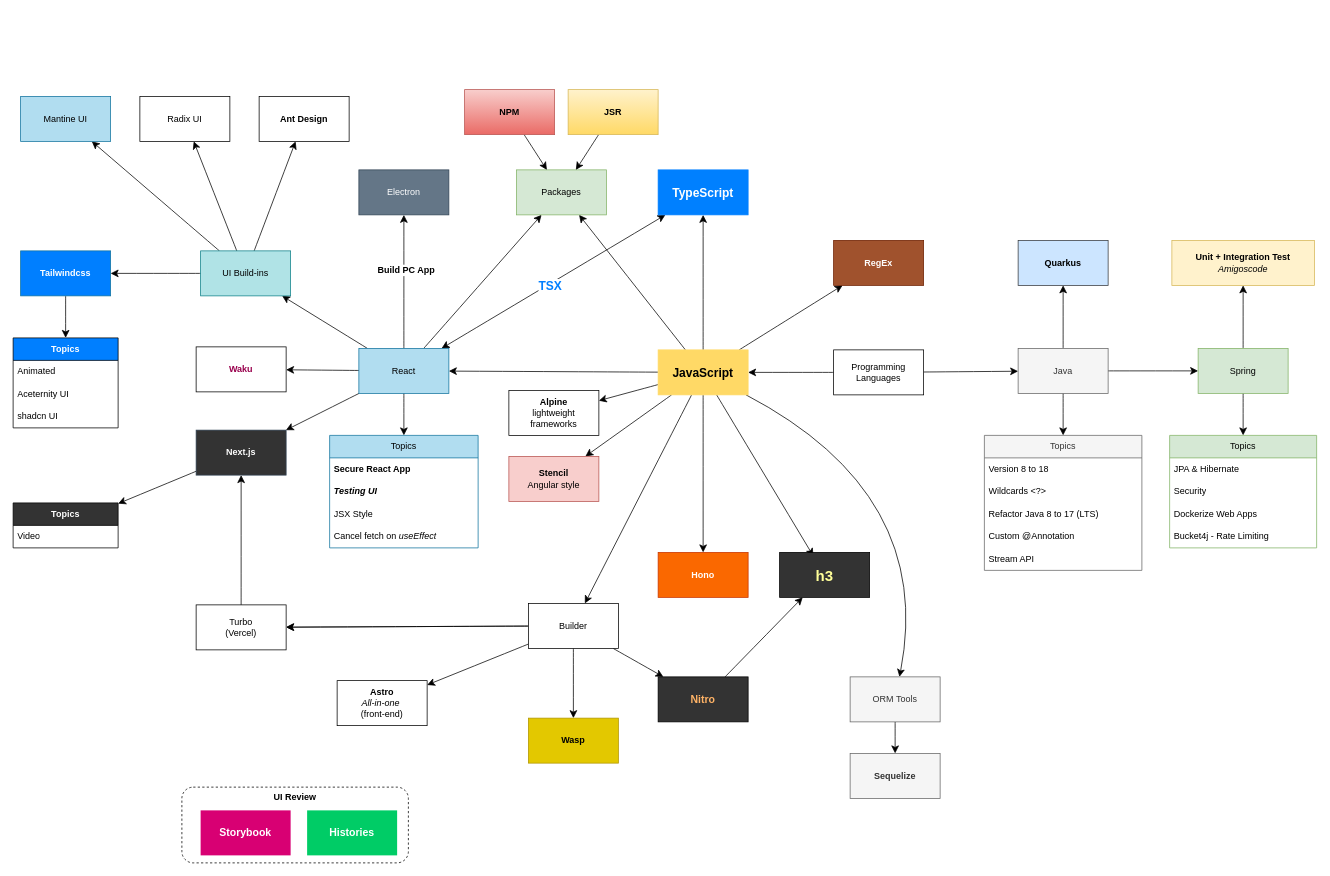
Earlier version of the draw.io diagram page "Web tech" (1 of 5) of Link_Bookmarks.drawio (sunflynf/diagram-only). Source tidied: cells renumbered, new cells numbered last; positions are measured from the earlier drawing's top-left corner, leaving out a move shared by most shapes. Both pictures are drawn from the tidied source at 75%, with x=0, y=0 at pixel (13, 89).
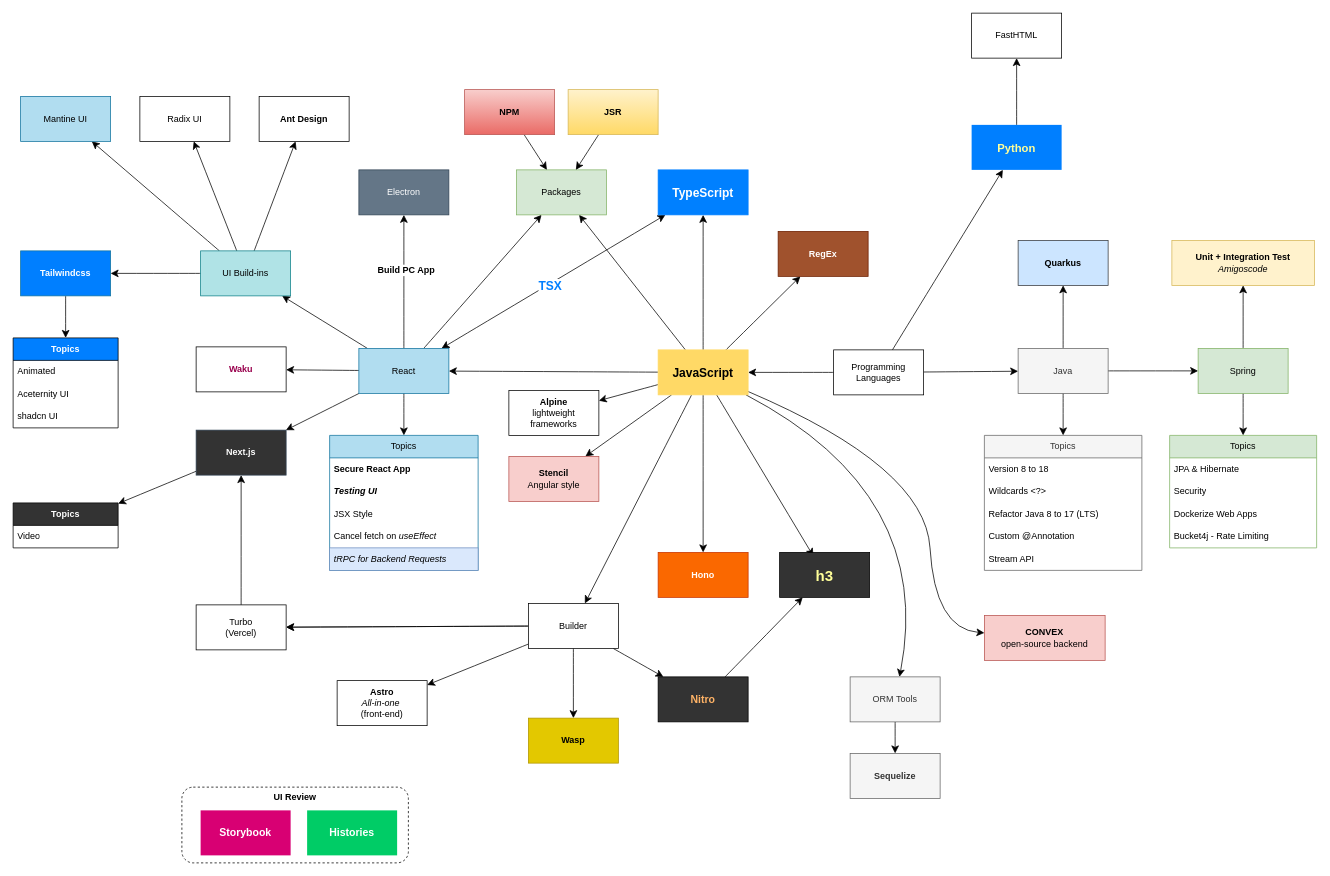
The same page after the edit.

The change refers to these unchanged cells:
```xml
<mxCell id="5" value="Programming Languages" style="whiteSpace=wrap;html=1;" parent="1" vertex="1">
  <mxGeometry x="1094" y="347" width="120" height="60" as="geometry" />
</mxCell>
<mxCell id="35" value="JavaScript" style="whiteSpace=wrap;html=1;fillColor=#FFD966;strokeColor=#FFD966;fontStyle=1;fontSize=16;" parent="1" vertex="1">
  <mxGeometry x="860" y="347" width="120" height="60" as="geometry" />
</mxCell>
```

What changed in the source:
```diff
@@
+    <mxCell id="100" style="edgeStyle=none;curved=1;rounded=0;jettySize=auto;html=1;fontSize=12;startSize=8;endSize=8;" parent="1" edge="1" source="5" target="104">
+      <mxGeometry relative="1" as="geometry" />
+    </mxCell>
@@
+    <mxCell id="101" style="edgeStyle=none;curved=1;rounded=0;jettySize=auto;html=1;fontSize=12;startSize=8;endSize=8;" parent="1" edge="1" source="35" target="106">
+      <mxGeometry relative="1" as="geometry">
+        <Array as="points">
+          <mxPoint x="1216" y="503" />
+          <mxPoint x="1229" y="719" />
+        </Array>
+      </mxGeometry>
+    </mxCell>
@@
     <mxCell id="55" value="Topics" style="swimlane;fontStyle=0;horizontal=1;startSize=30;whiteSpace=wrap;html=1;fillColor=#b1ddf0;strokeColor=#10739e;" parent="1" vertex="1">
-      <mxGeometry x="422" y="461" width="198" height="150" as="geometry" />
+      <mxGeometry x="422" y="461" width="198" height="180" as="geometry" />
     </mxCell>
@@
+    <mxCell id="102" value="tRPC for Backend Requests" style="text;strokeColor=#6c8ebf;fillColor=#dae8fc;align=left;verticalAlign=middle;spacingLeft=4;spacingRight=4;overflow=hidden;whiteSpace=wrap;html=1;fontStyle=2;" parent="55" vertex="1">
+      <mxGeometry y="150" width="198" height="30" as="geometry" />
+    </mxCell>
@@
     <mxCell id="61" value="RegEx" style="whiteSpace=wrap;html=1;fillColor=#a0522d;strokeColor=#6D1F00;fontColor=#ffffff;fontStyle=1;" parent="1" vertex="1">
-      <mxGeometry x="1094" y="201" width="120" height="60" as="geometry" />
+      <mxGeometry x="1020" y="189" width="120" height="60" as="geometry" />
     </mxCell>
@@
+    <mxCell id="103" style="edgeStyle=none;curved=1;rounded=0;jettySize=auto;html=1;fontSize=12;startSize=8;endSize=8;" parent="1" edge="1" source="104" target="105">
+      <mxGeometry relative="1" as="geometry" />
+    </mxCell>
+    <mxCell id="104" value="Python" style="whiteSpace=wrap;html=1;fillColor=#007FFF;strokeColor=none;fontColor=#FFFF99;fontStyle=1;fontSize=15;" parent="1" vertex="1">
+      <mxGeometry x="1278" y="47" width="120" height="60" as="geometry" />
+    </mxCell>
+    <mxCell id="105" value="FastHTML" style="whiteSpace=wrap;html=1;" parent="1" vertex="1">
+      <mxGeometry x="1278" y="-102" width="120" height="60" as="geometry" />
+    </mxCell>
+    <mxCell id="106" value="&lt;div&gt;&lt;b&gt;CONVEX&lt;/b&gt;&lt;/div&gt;&lt;div&gt;open-source backend&lt;br&gt;&lt;/div&gt;" style="whiteSpace=wrap;html=1;fillColor=#f8cecc;strokeColor=#b85450;" parent="1" vertex="1">
+      <mxGeometry x="1295" y="701" width="161" height="60" as="geometry" />
+    </mxCell>
```
